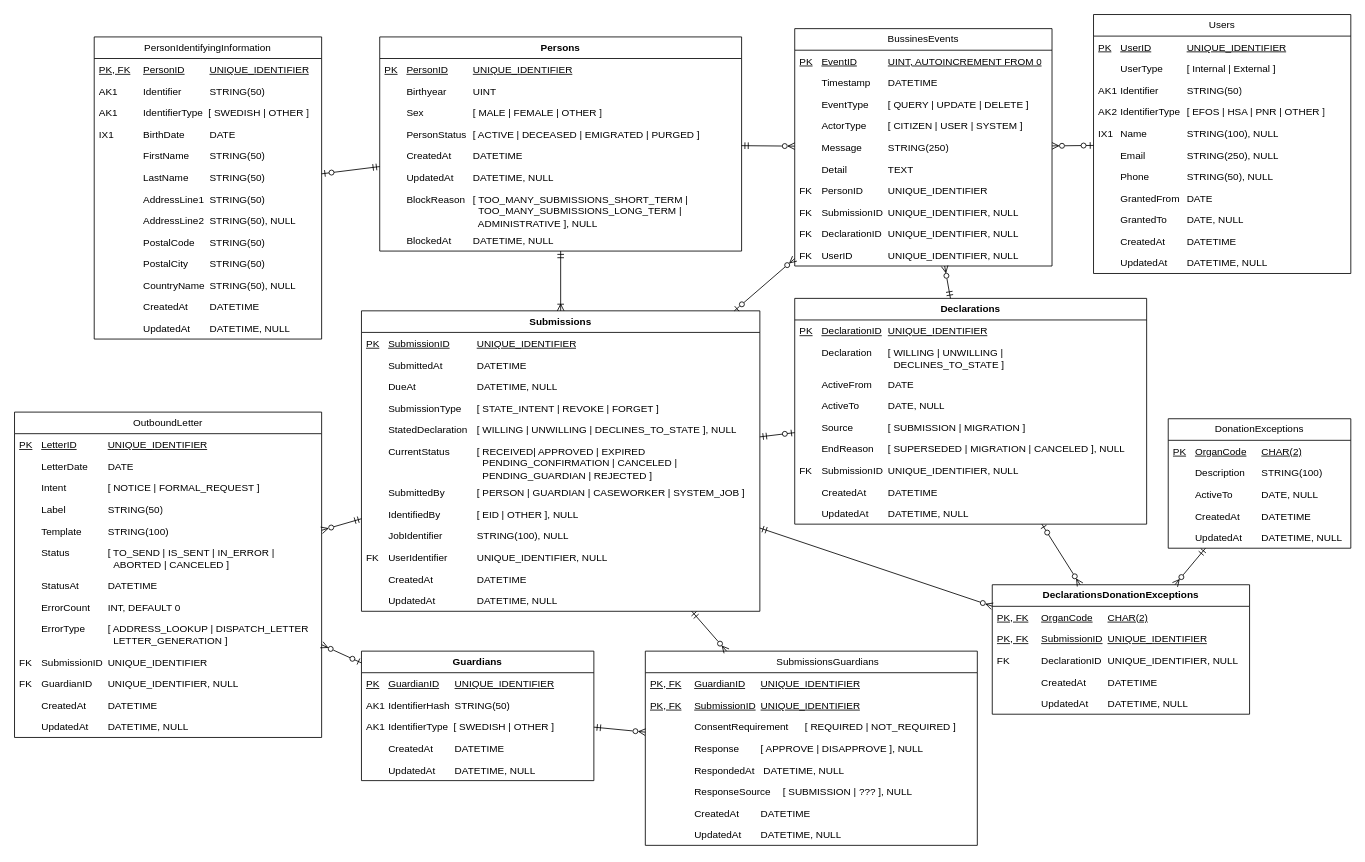
The draw.io diagram page "Liggande Logisk modell" (9 of 9) of Donationsregister.drawio in bhagqvist-consid/ICD11, before the edit. Source tidied: cells renumbered, new cells numbered last; positions are measured from the earlier drawing's top-left corner, leaving out a move shared by most shapes. Both pictures are drawn from the tidied source at 83%, with x=0, y=0 at pixel (14, 14).
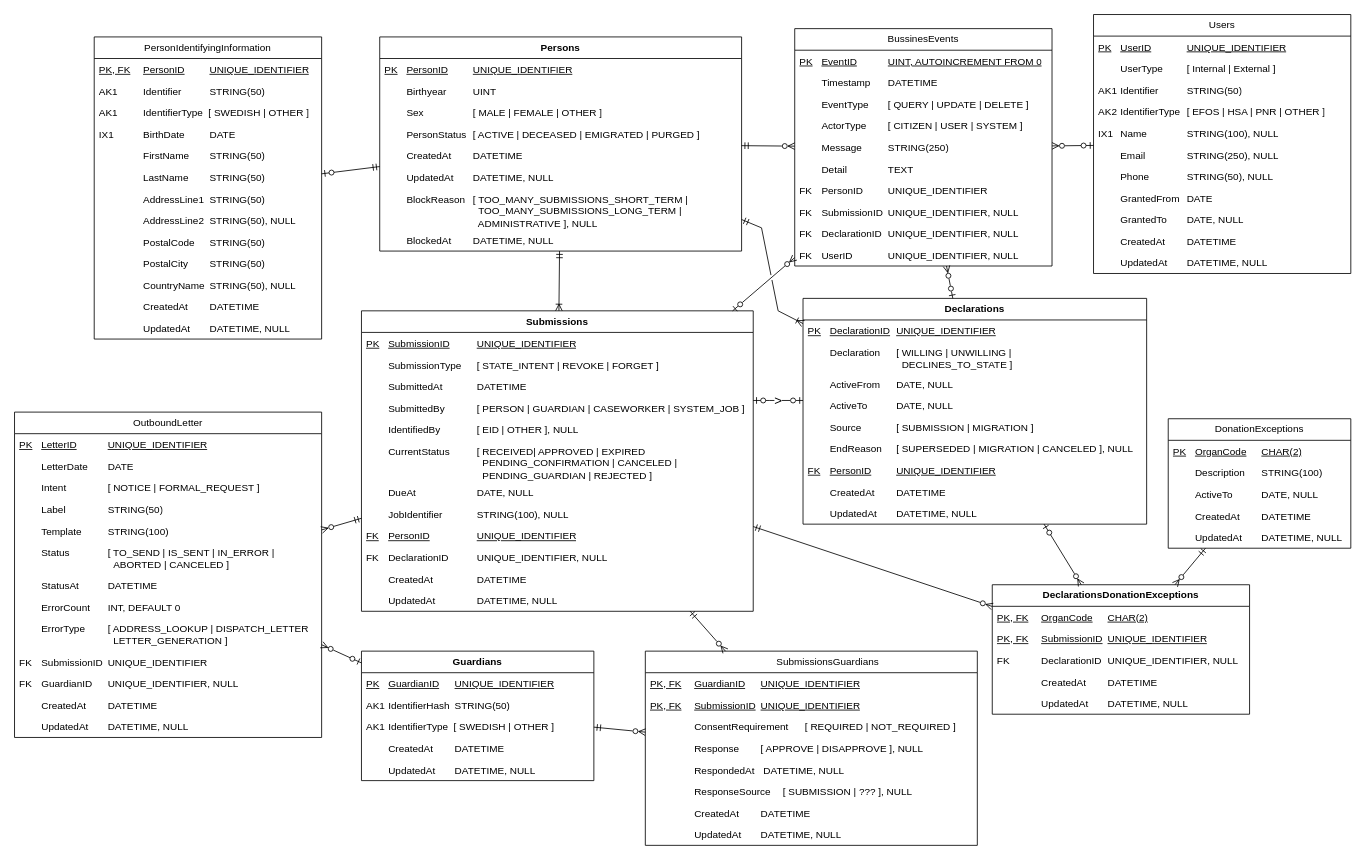
The same diagram, later.

The change refers to these unchanged cells:
```xml
<mxCell id="2" value="Persons" style="swimlane;fontStyle=1;horizontal=1;startSize=26;fillColor=none;whiteSpace=wrap;html=1;" parent="1" vertex="1">
  <mxGeometry x="440" y="27" width="436" height="258" as="geometry" />
</mxCell>
<mxCell id="68" value="BussinesEvents" style="swimlane;fontStyle=0;horizontal=1;startSize=26;fillColor=none;whiteSpace=wrap;html=1;" parent="1" vertex="1">
  <mxGeometry x="940" y="17" width="310" height="286" as="geometry" />
</mxCell>
```

The edit, as a diff of the source:
```diff
@@
     <mxCell id="11" value="Submissions" style="swimlane;fontStyle=1;horizontal=1;startSize=26;fillColor=none;whiteSpace=wrap;html=1;" parent="1" vertex="1">
-      <mxGeometry x="418" y="357" width="480" height="362" as="geometry" />
+      <mxGeometry x="418" y="357" width="472" height="362" as="geometry" />
     </mxCell>
     <mxCell id="12" value="PK&lt;span style=&quot;white-space: pre;&quot;&gt;&#9;&lt;/span&gt;SubmissionID&lt;span style=&quot;white-space: pre;&quot;&gt;&#9;&lt;/span&gt;&lt;span style=&quot;white-space: pre;&quot;&gt;&#9;&lt;/span&gt;UNIQUE_IDENTIFIER" style="text;strokeColor=none;fillColor=none;align=left;verticalAlign=top;spacingLeft=4;spacingRight=4;overflow=hidden;whiteSpace=wrap;html=1;fontStyle=4;" parent="11" vertex="1">
-      <mxGeometry y="26" width="480" height="26" as="geometry" />
+      <mxGeometry y="26" width="472" height="26" as="geometry" />
     </mxCell>
+    <mxCell id="15" value="&lt;span style=&quot;white-space: pre;&quot;&gt;&#9;&lt;/span&gt;SubmissionType&lt;span style=&quot;white-space: pre;&quot;&gt;&#9;&lt;/span&gt;[ STATE_INTENT | REVOKE | FORGET ]" style="text;strokeColor=none;fillColor=none;align=left;verticalAlign=top;spacingLeft=4;spacingRight=4;overflow=hidden;whiteSpace=wrap;html=1;" parent="11" vertex="1">
+      <mxGeometry y="52" width="472" height="26" as="geometry" />
+    </mxCell>
     <mxCell id="13" value="&lt;span style=&quot;white-space: pre;&quot;&gt;&#9;&lt;/span&gt;SubmittedAt&lt;span style=&quot;white-space: pre;&quot;&gt;&#9;&lt;/span&gt;&lt;span style=&quot;white-space: pre;&quot;&gt;&#9;&lt;/span&gt;DATETIME" style="text;strokeColor=none;fillColor=none;align=left;verticalAlign=top;spacingLeft=4;spacingRight=4;overflow=hidden;whiteSpace=wrap;html=1;" parent="11" vertex="1">
-      <mxGeometry y="52" width="480" height="26" as="geometry" />
+      <mxGeometry y="78" width="472" height="26" as="geometry" />
     </mxCell>
-    <mxCell id="14" value="&lt;span style=&quot;white-space: pre;&quot;&gt;&#9;&lt;/span&gt;DueAt&lt;span style=&quot;white-space: pre;&quot;&gt;&#9;&lt;/span&gt;&lt;span style=&quot;white-space: pre;&quot;&gt;&#9;&lt;/span&gt;&lt;span style=&quot;white-space: pre;&quot;&gt;&#9;&lt;/span&gt;DATETIME, NULL" style="text;strokeColor=none;fillColor=none;align=left;verticalAlign=top;spacingLeft=4;spacingRight=4;overflow=hidden;whiteSpace=wrap;html=1;" parent="11" vertex="1">
-      <mxGeometry y="78" width="480" height="26" as="geometry" />
-    </mxCell>
-    <mxCell id="15" value="&lt;span style=&quot;white-space: pre;&quot;&gt;&#9;&lt;/span&gt;SubmissionType&lt;span style=&quot;white-space: pre;&quot;&gt;&#9;&lt;/span&gt;[ STATE_INTENT | REVOKE | FORGET ]" style="text;strokeColor=none;fillColor=none;align=left;verticalAlign=top;spacingLeft=4;spacingRight=4;overflow=hidden;whiteSpace=wrap;html=1;" parent="11" vertex="1">
-      <mxGeometry y="104" width="480" height="26" as="geometry" />
-    </mxCell>
-    <mxCell id="16" value="&lt;span style=&quot;white-space: pre;&quot;&gt;&#9;&lt;/span&gt;StatedDeclaration&lt;span style=&quot;white-space: pre;&quot;&gt;&#9;&lt;/span&gt;[ WILLING | UNWILLING |&amp;nbsp;DECLINES_TO_STATE ], NULL" style="text;strokeColor=none;fillColor=none;align=left;verticalAlign=top;spacingLeft=4;spacingRight=4;overflow=hidden;whiteSpace=wrap;html=1;" parent="11" vertex="1">
-      <mxGeometry y="130" width="480" height="26" as="geometry" />
-    </mxCell>
-    <mxCell id="17" value="&lt;span style=&quot;white-space: pre;&quot;&gt;&#9;&lt;/span&gt;CurrentStatus&lt;span style=&quot;white-space: pre;&quot;&gt;&#9;&lt;span style=&quot;white-space: pre;&quot;&gt;&#9;&lt;/span&gt;&lt;/span&gt;[ RECEIVED| APPROVED | EXPIRED&lt;br&gt;&lt;span style=&quot;white-space: pre;&quot;&gt;&lt;span style=&quot;white-space: pre;&quot;&gt;&#9;&lt;/span&gt;&#9;&lt;/span&gt;&lt;span style=&quot;white-space: pre;&quot;&gt;&#9;&lt;/span&gt;&lt;span style=&quot;white-space: pre;&quot;&gt;&#9;&lt;/span&gt;&lt;span style=&quot;white-space: pre;&quot;&gt;&#9;&lt;/span&gt;&amp;nbsp;&amp;nbsp;PENDING_CONFIRMATION | CANCELED |&lt;br&gt;&lt;span style=&quot;white-space: pre;&quot;&gt;&lt;span style=&quot;white-space: pre;&quot;&gt;&#9;&lt;/span&gt;&#9;&lt;/span&gt;&lt;span style=&quot;white-space: pre;&quot;&gt;&#9;&lt;/span&gt;&lt;span style=&quot;white-space: pre;&quot;&gt;&#9;&lt;/span&gt;&lt;span style=&quot;white-space: pre;&quot;&gt;&#9;&lt;/span&gt;&amp;nbsp; PENDING_GUARDIAN | REJECTED ]" style="text;strokeColor=none;fillColor=none;align=left;verticalAlign=top;spacingLeft=4;spacingRight=4;overflow=hidden;whiteSpace=wrap;html=1;" parent="11" vertex="1">
-      <mxGeometry y="156" width="480" height="50" as="geometry" />
-    </mxCell>
     <mxCell id="18" value="&lt;span style=&quot;white-space: pre;&quot;&gt;&#9;&lt;/span&gt;SubmittedBy&lt;span style=&quot;white-space: pre;&quot;&gt;&#9;&lt;/span&gt;&lt;span style=&quot;white-space: pre;&quot;&gt;&#9;&lt;/span&gt;[ PERSON | GUARDIAN | CASEWORKER | SYSTEM_JOB ]" style="text;strokeColor=none;fillColor=none;align=left;verticalAlign=top;spacingLeft=4;spacingRight=4;overflow=hidden;whiteSpace=wrap;html=1;" parent="11" vertex="1">
-      <mxGeometry y="206" width="480" height="26" as="geometry" />
+      <mxGeometry y="104" width="472" height="26" as="geometry" />
     </mxCell>
     <mxCell id="19" value="&lt;span style=&quot;white-space: pre;&quot;&gt;&#9;&lt;/span&gt;IdentifiedBy&lt;span style=&quot;white-space: pre;&quot;&gt;&#9;&lt;/span&gt;&lt;span style=&quot;white-space: pre;&quot;&gt;&#9;&lt;/span&gt;[ EID | OTHER ], NULL" style="text;strokeColor=none;fillColor=none;align=left;verticalAlign=top;spacingLeft=4;spacingRight=4;overflow=hidden;whiteSpace=wrap;html=1;" parent="11" vertex="1">
-      <mxGeometry y="232" width="480" height="26" as="geometry" />
+      <mxGeometry y="130" width="472" height="26" as="geometry" />
     </mxCell>
+    <mxCell id="17" value="&lt;span style=&quot;white-space: pre;&quot;&gt;&#9;&lt;/span&gt;CurrentStatus&lt;span style=&quot;white-space: pre;&quot;&gt;&#9;&lt;span style=&quot;white-space: pre;&quot;&gt;&#9;&lt;/span&gt;&lt;/span&gt;[ RECEIVED| APPROVED | EXPIRED&lt;br&gt;&lt;span style=&quot;white-space: pre;&quot;&gt;&lt;span style=&quot;white-space: pre;&quot;&gt;&#9;&lt;/span&gt;&#9;&lt;/span&gt;&lt;span style=&quot;white-space: pre;&quot;&gt;&#9;&lt;/span&gt;&lt;span style=&quot;white-space: pre;&quot;&gt;&#9;&lt;/span&gt;&lt;span style=&quot;white-space: pre;&quot;&gt;&#9;&lt;/span&gt;&amp;nbsp;&amp;nbsp;PENDING_CONFIRMATION | CANCELED |&lt;br&gt;&lt;span style=&quot;white-space: pre;&quot;&gt;&lt;span style=&quot;white-space: pre;&quot;&gt;&#9;&lt;/span&gt;&#9;&lt;/span&gt;&lt;span style=&quot;white-space: pre;&quot;&gt;&#9;&lt;/span&gt;&lt;span style=&quot;white-space: pre;&quot;&gt;&#9;&lt;/span&gt;&lt;span style=&quot;white-space: pre;&quot;&gt;&#9;&lt;/span&gt;&amp;nbsp; PENDING_GUARDIAN | REJECTED ]" style="text;strokeColor=none;fillColor=none;align=left;verticalAlign=top;spacingLeft=4;spacingRight=4;overflow=hidden;whiteSpace=wrap;html=1;" parent="11" vertex="1">
+      <mxGeometry y="156" width="472" height="50" as="geometry" />
+    </mxCell>
+    <mxCell id="14" value="&lt;span style=&quot;white-space: pre;&quot;&gt;&#9;&lt;/span&gt;DueAt&lt;span style=&quot;white-space: pre;&quot;&gt;&#9;&lt;/span&gt;&lt;span style=&quot;white-space: pre;&quot;&gt;&#9;&lt;/span&gt;&lt;span style=&quot;white-space: pre;&quot;&gt;&#9;&lt;/span&gt;DATE, NULL" style="text;strokeColor=none;fillColor=none;align=left;verticalAlign=top;spacingLeft=4;spacingRight=4;overflow=hidden;whiteSpace=wrap;html=1;" parent="11" vertex="1">
+      <mxGeometry y="206" width="472" height="26" as="geometry" />
+    </mxCell>
     <mxCell id="20" value="&lt;span style=&quot;white-space: pre;&quot;&gt;&#9;&lt;/span&gt;JobIdentifier&lt;span style=&quot;white-space: pre;&quot;&gt;&#9;&lt;/span&gt;&lt;span style=&quot;white-space: pre;&quot;&gt;&#9;&lt;/span&gt;STRING(100), NULL" style="text;strokeColor=none;fillColor=none;align=left;verticalAlign=top;spacingLeft=4;spacingRight=4;overflow=hidden;whiteSpace=wrap;html=1;" parent="11" vertex="1">
-      <mxGeometry y="258" width="480" height="26" as="geometry" />
+      <mxGeometry y="232" width="472" height="26" as="geometry" />
     </mxCell>
-    <mxCell id="21" value="FK&lt;span style=&quot;white-space: pre;&quot;&gt;&#9;&lt;/span&gt;UserIdentifier&lt;span style=&quot;white-space: pre;&quot;&gt;&#9;&lt;/span&gt;&lt;span style=&quot;white-space: pre;&quot;&gt;&#9;&lt;/span&gt;UNIQUE_IDENTIFIER, NULL" style="text;strokeColor=none;fillColor=none;align=left;verticalAlign=top;spacingLeft=4;spacingRight=4;overflow=hidden;whiteSpace=wrap;html=1;" parent="11" vertex="1">
-      <mxGeometry y="284" width="480" height="26" as="geometry" />
-    </mxCell>
+    <mxCell id="126" value="FK&lt;span style=&quot;white-space: pre;&quot;&gt;&#9;&lt;/span&gt;PersonID&lt;span style=&quot;white-space: pre;&quot;&gt;&#9;&lt;/span&gt;&lt;span style=&quot;white-space: pre;&quot;&gt;&#9;&lt;span style=&quot;white-space: pre;&quot;&gt;&#9;&lt;/span&gt;&lt;/span&gt;UNIQUE_IDENTIFIER" style="text;strokeColor=none;fillColor=none;align=left;verticalAlign=top;spacingLeft=4;spacingRight=4;overflow=hidden;whiteSpace=wrap;html=1;fontStyle=4;" parent="11" vertex="1">
+      <mxGeometry y="258" width="472" height="26" as="geometry" />
+    </mxCell>
+    <mxCell id="127" value="FK&lt;span style=&quot;white-space: pre;&quot;&gt;&#9;&lt;/span&gt;DeclarationID&lt;span style=&quot;white-space: pre;&quot;&gt;&#9;&lt;/span&gt;&lt;span style=&quot;white-space: pre;&quot;&gt;&#9;&lt;/span&gt;UNIQUE_IDENTIFIER, NULL" style="text;strokeColor=none;fillColor=none;align=left;verticalAlign=top;spacingLeft=4;spacingRight=4;overflow=hidden;whiteSpace=wrap;html=1;fontStyle=0;" parent="11" vertex="1">
+      <mxGeometry y="284" width="472" height="26" as="geometry" />
+    </mxCell>
     <mxCell id="22" value="&lt;span style=&quot;white-space: pre;&quot;&gt;&#9;&lt;/span&gt;CreatedAt&amp;nbsp; &lt;span style=&quot;white-space: pre;&quot;&gt;&#9;&lt;/span&gt;&lt;span style=&quot;white-space: pre;&quot;&gt;&#9;&lt;/span&gt;DATETIME" style="text;strokeColor=none;fillColor=none;align=left;verticalAlign=top;spacingLeft=4;spacingRight=4;overflow=hidden;whiteSpace=wrap;html=1;" parent="11" vertex="1">
-      <mxGeometry y="310" width="480" height="26" as="geometry" />
+      <mxGeometry y="310" width="472" height="26" as="geometry" />
     </mxCell>
     <mxCell id="23" value="&lt;span style=&quot;white-space: pre;&quot;&gt;&#9;&lt;/span&gt;UpdatedAt&amp;nbsp; &lt;span style=&quot;white-space: pre;&quot;&gt;&#9;&lt;/span&gt;&lt;span style=&quot;white-space: pre;&quot;&gt;&#9;&lt;/span&gt;DATETIME, NULL" style="text;strokeColor=none;fillColor=none;align=left;verticalAlign=top;spacingLeft=4;spacingRight=4;overflow=hidden;whiteSpace=wrap;html=1;" parent="11" vertex="1">
-      <mxGeometry y="336" width="480" height="26" as="geometry" />
+      <mxGeometry y="336" width="472" height="26" as="geometry" />
     </mxCell>
     <mxCell id="24" value="Declarations" style="swimlane;fontStyle=1;horizontal=1;startSize=26;fillColor=none;whiteSpace=wrap;html=1;" parent="1" vertex="1">
-      <mxGeometry x="940" y="342" width="424" height="272" as="geometry" />
+      <mxGeometry x="950" y="342" width="414" height="272" as="geometry" />
     </mxCell>
     <mxCell id="25" value="PK&lt;span style=&quot;white-space: pre;&quot;&gt;&#9;&lt;/span&gt;DeclarationID&lt;span style=&quot;white-space: pre;&quot;&gt;&#9;&lt;/span&gt;UNIQUE_IDENTIFIER" style="text;strokeColor=none;fillColor=none;align=left;verticalAlign=top;spacingLeft=4;spacingRight=4;overflow=hidden;whiteSpace=wrap;html=1;fontStyle=4;" parent="24" vertex="1">
-      <mxGeometry y="26" width="424" height="26" as="geometry" />
+      <mxGeometry y="26" width="414" height="26" as="geometry" />
     </mxCell>
     <mxCell id="26" value="&lt;span style=&quot;white-space: pre;&quot;&gt;&#9;&lt;/span&gt;Declaration&lt;span style=&quot;white-space: pre;&quot;&gt;&#9;&lt;/span&gt;[ WILLING | UNWILLING | &lt;br&gt;&lt;span style=&quot;white-space: pre;&quot;&gt;&#9;&lt;/span&gt;&lt;span style=&quot;white-space: pre;&quot;&gt;&#9;&lt;/span&gt;&lt;span style=&quot;white-space: pre;&quot;&gt;&#9;&lt;/span&gt;&lt;span style=&quot;white-space: pre;&quot;&gt;&#9;&lt;/span&gt;&amp;nbsp; DECLINES_TO_STATE ]" style="text;strokeColor=none;fillColor=none;align=left;verticalAlign=top;spacingLeft=4;spacingRight=4;overflow=hidden;whiteSpace=wrap;html=1;" parent="24" vertex="1">
-      <mxGeometry y="52" width="424" height="38" as="geometry" />
+      <mxGeometry y="52" width="414" height="38" as="geometry" />
     </mxCell>
-    <mxCell id="27" value="&lt;span style=&quot;white-space: pre;&quot;&gt;&#9;&lt;/span&gt;ActiveFrom&lt;span style=&quot;white-space: pre;&quot;&gt;&#9;&lt;/span&gt;DATE" style="text;strokeColor=none;fillColor=none;align=left;verticalAlign=top;spacingLeft=4;spacingRight=4;overflow=hidden;whiteSpace=wrap;html=1;" parent="24" vertex="1">
-      <mxGeometry y="90" width="424" height="26" as="geometry" />
+    <mxCell id="27" value="&lt;span style=&quot;white-space: pre;&quot;&gt;&#9;&lt;/span&gt;ActiveFrom&lt;span style=&quot;white-space: pre;&quot;&gt;&#9;&lt;/span&gt;DATE, NULL" style="text;strokeColor=none;fillColor=none;align=left;verticalAlign=top;spacingLeft=4;spacingRight=4;overflow=hidden;whiteSpace=wrap;html=1;" parent="24" vertex="1">
+      <mxGeometry y="90" width="414" height="26" as="geometry" />
     </mxCell>
     <mxCell id="28" value="&lt;span style=&quot;white-space: pre;&quot;&gt;&#9;&lt;/span&gt;ActiveTo&lt;span style=&quot;white-space: pre;&quot;&gt;&#9;&lt;/span&gt;&lt;span style=&quot;white-space: pre;&quot;&gt;&#9;&lt;/span&gt;DATE, NULL" style="text;strokeColor=none;fillColor=none;align=left;verticalAlign=top;spacingLeft=4;spacingRight=4;overflow=hidden;whiteSpace=wrap;html=1;" parent="24" vertex="1">
-      <mxGeometry y="116" width="424" height="26" as="geometry" />
+      <mxGeometry y="116" width="414" height="26" as="geometry" />
     </mxCell>
     <mxCell id="29" value="&lt;span style=&quot;white-space: pre;&quot;&gt;&#9;&lt;/span&gt;Source&lt;span style=&quot;white-space: pre;&quot;&gt;&#9;&lt;/span&gt;&lt;span style=&quot;white-space: pre;&quot;&gt;&#9;&lt;/span&gt;[ SUBMISSION | MIGRATION ]" style="text;strokeColor=none;fillColor=none;align=left;verticalAlign=top;spacingLeft=4;spacingRight=4;overflow=hidden;whiteSpace=wrap;html=1;" parent="24" vertex="1">
-      <mxGeometry y="142" width="424" height="26" as="geometry" />
+      <mxGeometry y="142" width="414" height="26" as="geometry" />
     </mxCell>
     <mxCell id="30" value="&lt;span style=&quot;white-space: pre;&quot;&gt;&#9;&lt;/span&gt;EndReason&lt;span style=&quot;white-space: pre;&quot;&gt;&#9;&lt;/span&gt;[ SUPERSEDED | MIGRATION | CANCELED ], NULL" style="text;strokeColor=none;fillColor=none;align=left;verticalAlign=top;spacingLeft=4;spacingRight=4;overflow=hidden;whiteSpace=wrap;html=1;" parent="24" vertex="1">
-      <mxGeometry y="168" width="424" height="26" as="geometry" />
+      <mxGeometry y="168" width="414" height="26" as="geometry" />
     </mxCell>
-    <mxCell id="31" value="FK&lt;span style=&quot;white-space: pre;&quot;&gt;&#9;&lt;/span&gt;SubmissionID&lt;span style=&quot;white-space: pre;&quot;&gt;&#9;&lt;/span&gt;UNIQUE_IDENTIFIER, NULL" style="text;strokeColor=none;fillColor=none;align=left;verticalAlign=top;spacingLeft=4;spacingRight=4;overflow=hidden;whiteSpace=wrap;html=1;fontStyle=0;" parent="24" vertex="1">
-      <mxGeometry y="194" width="424" height="26" as="geometry" />
-    </mxCell>
+    <mxCell id="128" value="FK&lt;span style=&quot;white-space: pre;&quot;&gt;&#9;&lt;/span&gt;PersonID&lt;span style=&quot;white-space: pre;&quot;&gt;&#9;&lt;/span&gt;&lt;span style=&quot;white-space: pre;&quot;&gt;&#9;&lt;/span&gt;UNIQUE_IDENTIFIER" style="text;strokeColor=none;fillColor=none;align=left;verticalAlign=top;spacingLeft=4;spacingRight=4;overflow=hidden;whiteSpace=wrap;html=1;fontStyle=4;" parent="24" vertex="1">
+      <mxGeometry y="194" width="414" height="26" as="geometry" />
+    </mxCell>
     <mxCell id="32" value="&lt;span style=&quot;white-space: pre;&quot;&gt;&#9;&lt;/span&gt;CreatedAt&amp;nbsp; &lt;span style=&quot;white-space: pre;&quot;&gt;&#9;&lt;/span&gt;DATETIME" style="text;strokeColor=none;fillColor=none;align=left;verticalAlign=top;spacingLeft=4;spacingRight=4;overflow=hidden;whiteSpace=wrap;html=1;" parent="24" vertex="1">
-      <mxGeometry y="220" width="424" height="26" as="geometry" />
+      <mxGeometry y="220" width="414" height="26" as="geometry" />
     </mxCell>
     <mxCell id="33" value="&lt;span style=&quot;white-space: pre;&quot;&gt;&#9;&lt;/span&gt;UpdatedAt&amp;nbsp; &lt;span style=&quot;white-space: pre;&quot;&gt;&#9;&lt;/span&gt;DATETIME, NULL" style="text;strokeColor=none;fillColor=none;align=left;verticalAlign=top;spacingLeft=4;spacingRight=4;overflow=hidden;whiteSpace=wrap;html=1;" parent="24" vertex="1">
-      <mxGeometry y="246" width="424" height="26" as="geometry" />
+      <mxGeometry y="246" width="414" height="26" as="geometry" />
     </mxCell>
@@
-    <mxCell id="112" style="fontSize=12;html=1;endArrow=ERzeroToOne;startArrow=ERmandOne;rounded=0;" parent="1" edge="1" source="11" target="24">
-      <mxGeometry relative="1" as="geometry" />
+    <mxCell id="112" value="&amp;gt;" style="fontSize=16;html=1;endArrow=ERzeroToOne;startArrow=ERzeroToOne;rounded=0;startFill=0;edgeStyle=orthogonalEdgeStyle;verticalAlign=middle;" parent="1" edge="1" source="24" target="11">
+      <mxGeometry relative="1" as="geometry">
+        <Array as="points">
+          <mxPoint x="910" y="465" />
+          <mxPoint x="910" y="465" />
+        </Array>
+      </mxGeometry>
     </mxCell>
@@
-    <mxCell id="114" style="fontSize=12;html=1;endArrow=ERmandOne;startArrow=ERzeroToMany;rounded=0;startFill=0;endFill=0;" parent="1" edge="1" source="68" target="24">
+    <mxCell id="114" style="fontSize=12;html=1;endArrow=ERzeroToOne;startArrow=ERzeroToMany;rounded=0;startFill=0;endFill=0;" parent="1" edge="1" source="68" target="24">
       <mxGeometry relative="1" as="geometry" />
     </mxCell>
@@
+    <mxCell id="129" style="fontSize=12;html=1;endArrow=ERmandOne;startArrow=ERoneToMany;rounded=0;startFill=0;endFill=0;jumpStyle=gap;" parent="1" edge="1" source="24" target="2">
+      <mxGeometry relative="1" as="geometry">
+        <Array as="points">
+          <mxPoint x="920" y="357" />
+          <mxPoint x="900" y="257" />
+        </Array>
+      </mxGeometry>
+    </mxCell>
```
